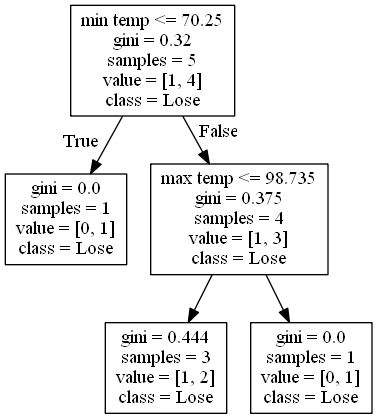
The Graphviz diagram DecisionTrees/Pac-12decision_tree_no_score_or_attendance11.png in alexana-steck/CSE482Project, before a commit. Its source is kept beside it as DecisionTrees/Pac-12decision_tree_no_score_or_attendance11.dot. Source of this version:
```dot
digraph Tree {
node [shape=box] ;
0 [label="min temp <= 70.25\ngini = 0.32\nsamples = 5\nvalue = [1, 4]\nclass = Lose"] ;
1 [label="gini = 0.0\nsamples = 1\nvalue = [0, 1]\nclass = Lose"] ;
0 -> 1 [labeldistance=2.5, labelangle=45, headlabel="True"] ;
2 [label="max temp <= 98.735\ngini = 0.375\nsamples = 4\nvalue = [1, 3]\nclass = Lose"] ;
0 -> 2 [labeldistance=2.5, labelangle=-45, headlabel="False"] ;
3 [label="gini = 0.444\nsamples = 3\nvalue = [1, 2]\nclass = Lose"] ;
2 -> 3 ;
4 [label="gini = 0.0\nsamples = 1\nvalue = [0, 1]\nclass = Lose"] ;
2 -> 4 ;
}
```
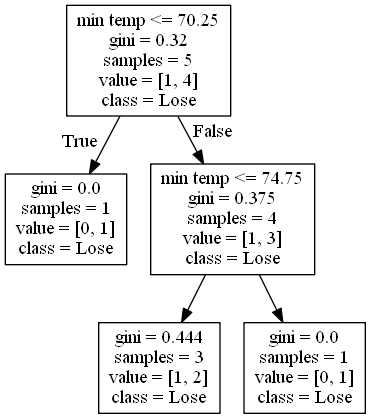
Above is the later version.

The edit, as a diff of the source:
```diff
@@ -3,7 +3,7 @@
 0 [label="min temp <= 70.25\ngini = 0.32\nsamples = 5\nvalue = [1, 4]\nclass = Lose"] ;
 1 [label="gini = 0.0\nsamples = 1\nvalue = [0, 1]\nclass = Lose"] ;
 0 -> 1 [labeldistance=2.5, labelangle=45, headlabel="True"] ;
-2 [label="max temp <= 98.735\ngini = 0.375\nsamples = 4\nvalue = [1, 3]\nclass = Lose"] ;
+2 [label="min temp <= 74.75\ngini = 0.375\nsamples = 4\nvalue = [1, 3]\nclass = Lose"] ;
 0 -> 2 [labeldistance=2.5, labelangle=-45, headlabel="False"] ;
 3 [label="gini = 0.444\nsamples = 3\nvalue = [1, 2]\nclass = Lose"] ;
 2 -> 3 ;
```
